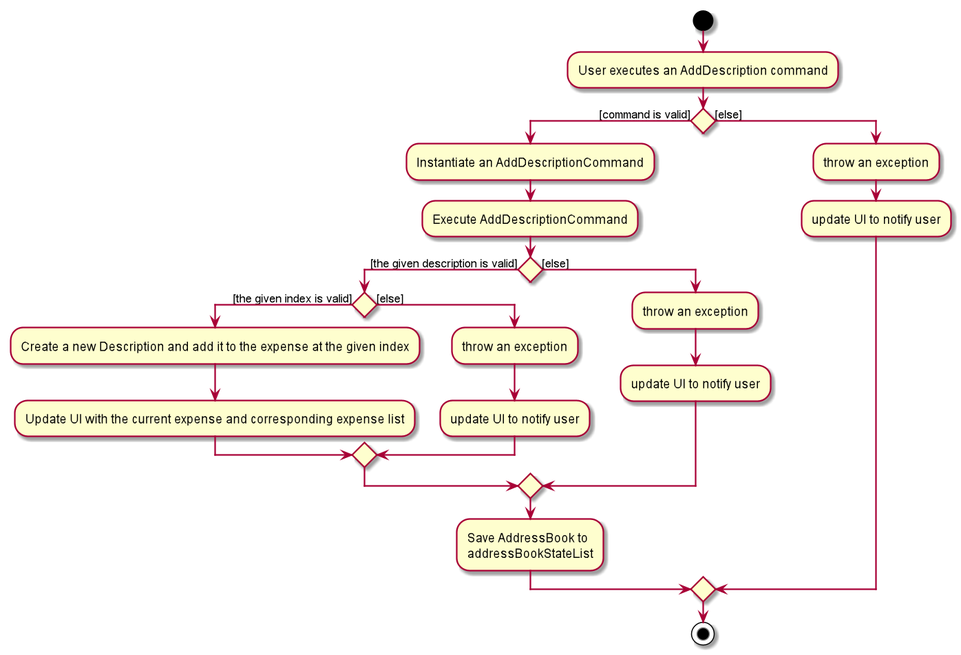
This is docs/images/AddDescriptionActivityDiagram.png from yyutong/tp, a PlantUML export, as it was before one commit.
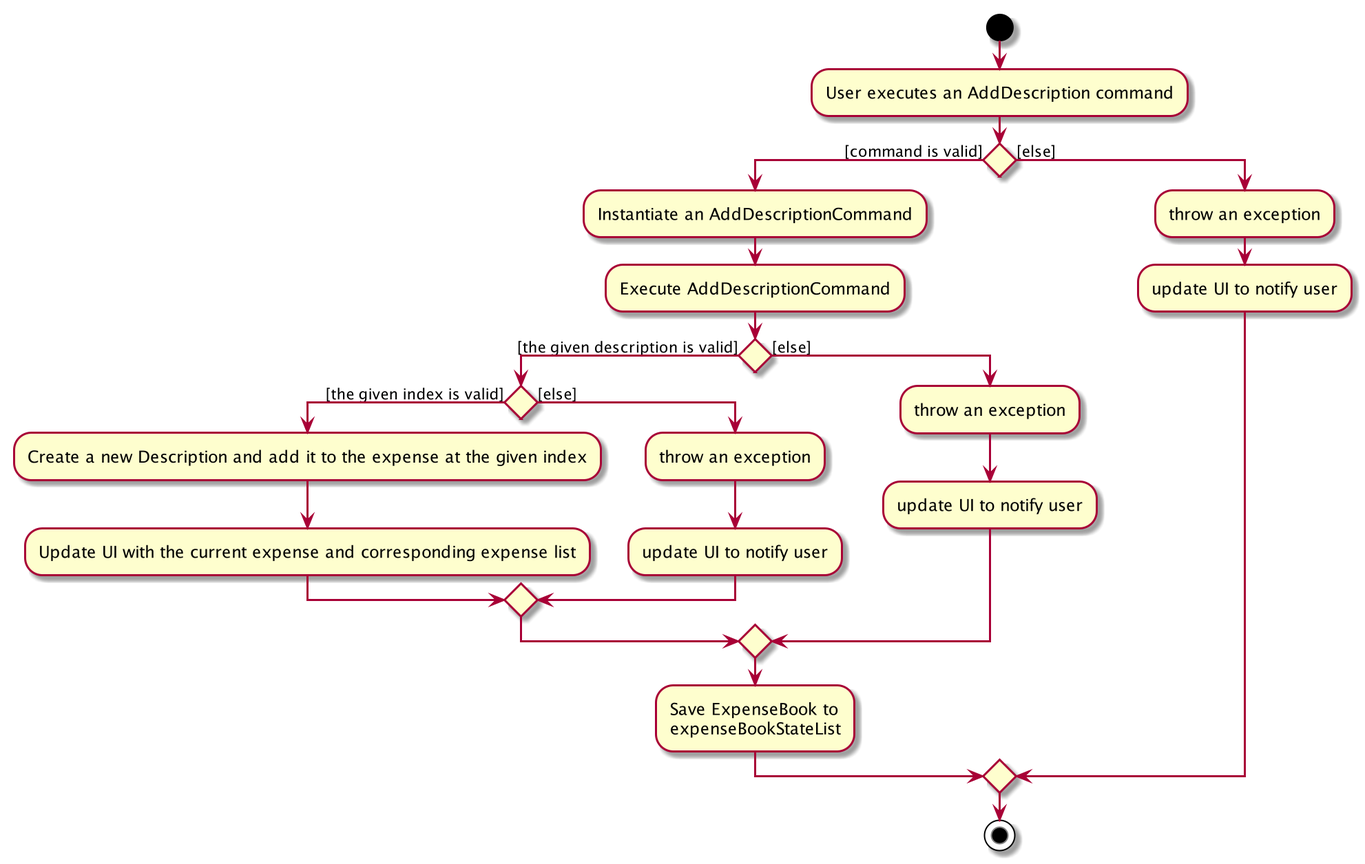
The same diagram one commit later.

What changed in the source:
```diff
@@ -18,8 +18,8 @@
         :throw an exception;
         :update UI to notify user;
     endif
-    :Save AddressBook to
-    addressBookStateList;
+    :Save ExpenseBook to
+    expenseBookStateList;
 else ([else])
     :throw an exception;
     :update UI to notify user;
```
